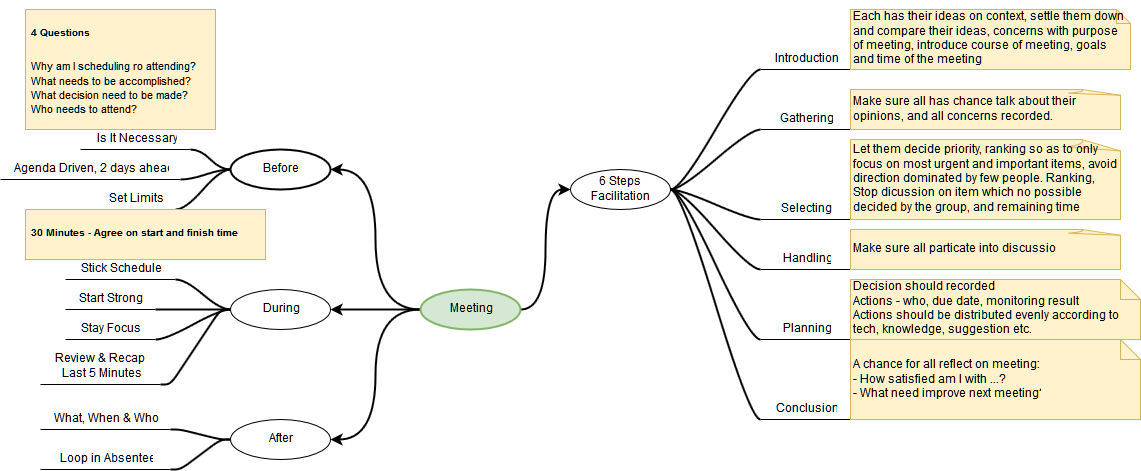
This is meeting/images/Meeting.png from kevin-wang-cy/ibala, a draw.io export, as it was before one commit. Source tidied: cells renumbered, new cells last; positions are measured from the earlier drawing's top-left corner, leaving out a move shared by most shapes.
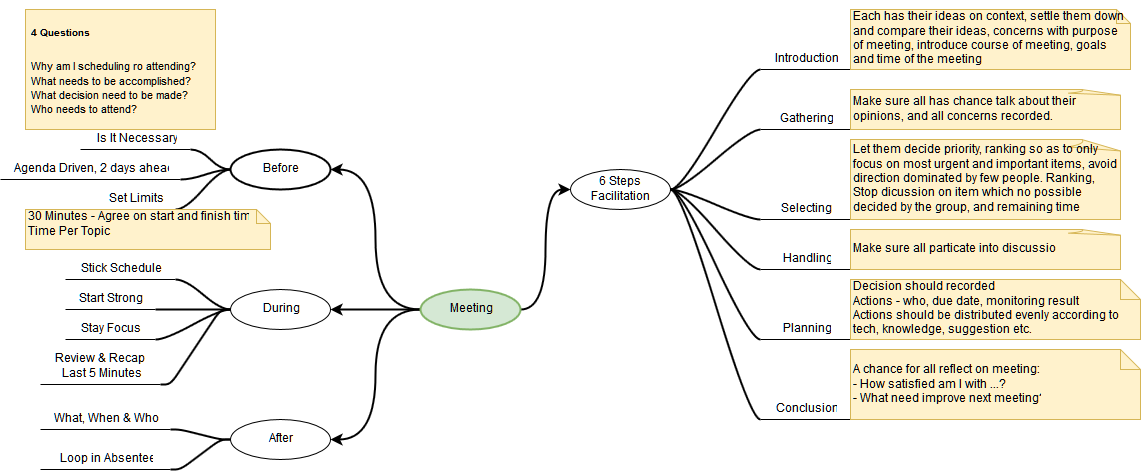
Later version of the same file.

Change to the diagram source:
```diff
@@ -41,9 +41,6 @@
     <mxCell id="14" style="edgeStyle=entityRelationEdgeStyle;startArrow=none;endArrow=none;segment=10;curved=1;strokeWidth=2;" parent="1" edge="1" source="7" target="13">
       <mxGeometry relative="1" as="geometry" />
     </mxCell>
-    <mxCell id="15" value="&lt;h1&gt;&lt;span style=&quot;font-size: 10px&quot;&gt;30 Minutes - Agree on start and finish time&lt;/span&gt;&lt;/h1&gt;" style="text;html=1;strokeColor=#d6b656;fillColor=#fff2cc;spacing=5;spacingTop=-20;whiteSpace=wrap;overflow=hidden;" parent="1" vertex="1">
-      <mxGeometry x="25" y="200" width="240" height="50" as="geometry" />
-    </mxCell>
     <mxCell id="16" value="During" style="ellipse;whiteSpace=wrap;html=1;align=center;strokeWidth=1;" parent="1" vertex="1">
       <mxGeometry x="230" y="280" width="100" height="40" as="geometry" />
     </mxCell>
@@ -143,7 +140,10 @@
       <mxGeometry x="850" y="270" width="290" height="60" as="geometry" />
     </mxCell>
     <mxCell id="48" value="A chance for all reflect on meeting:&lt;div&gt;- How satisfied am I with ...?&lt;/div&gt;&lt;div&gt;- What need improve next meeting?&lt;/div&gt;" style="shape=note;strokeWidth=1;fontSize=12;size=20;whiteSpace=wrap;html=1;rounded=1;align=left;fillColor=#fff2cc;strokeColor=#d6b656;" parent="1" vertex="1">
-      <mxGeometry x="850" y="330" width="290" height="80" as="geometry" />
+      <mxGeometry x="850" y="340" width="290" height="70" as="geometry" />
     </mxCell>
+    <mxCell id="49" value="30 Minutes - Agree on start and finish time&lt;br&gt;Time Per Topic" style="shape=note;whiteSpace=wrap;html=1;size=14;verticalAlign=top;align=left;spacingTop=-6;fillColor=#fff2cc;strokeColor=#d6b656;" parent="1" vertex="1">
+      <mxGeometry x="25" y="200" width="245" height="40" as="geometry" />
+    </mxCell>
   </root>
 </mxGraphModel>
```
